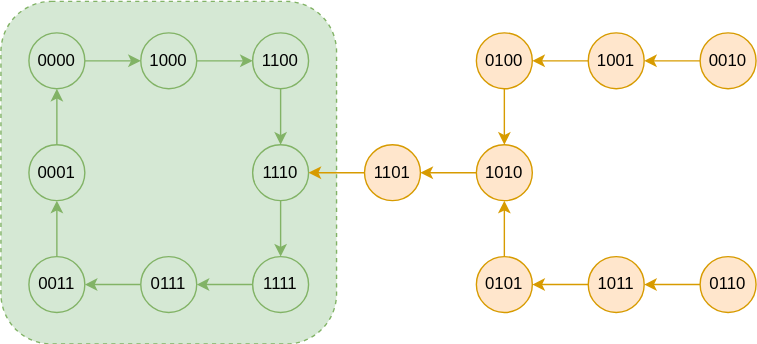
This is my-project/docs/assets/images/DLD/Johnson_state_diagram.svg from Gerard-Devlin/TechMind, a draw.io export, as it was before one commit. Source tidied: cells renumbered, new cells last; positions are measured from the earlier drawing's top-left corner, leaving out a move shared by most shapes.
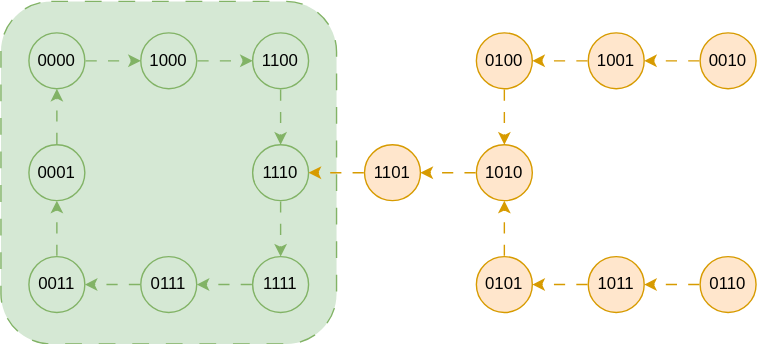
After the commit.

Commit message:
add animation for DLD state diagram

The edit, as a diff of the source:
```diff
@@ -2,100 +2,100 @@
   <root>
     <mxCell id="0" />
     <mxCell id="1" parent="0" />
-    <mxCell id="2" style="rounded=1;whiteSpace=wrap;html=1;fillColor=#d5e8d4;strokeColor=#82b366;dashed=1;" parent="1" vertex="1">
+    <mxCell id="2" style="rounded=1;whiteSpace=wrap;html=1;fillColor=#d5e8d4;strokeColor=#82b366;dashed=1;dashPattern=12 12;" parent="1" vertex="1">
       <mxGeometry y="-0.5" width="240" height="245" as="geometry" />
     </mxCell>
-    <mxCell id="3" style="edgeStyle=orthogonalEdgeStyle;rounded=0;jettySize=auto;html=1;exitX=1;exitY=0.5;exitDx=0;exitDy=0;entryX=0;entryY=0.5;entryDx=0;entryDy=0;fillColor=#d5e8d4;strokeColor=#82b366;" parent="1" edge="1" source="4" target="6">
+    <mxCell id="3" style="edgeStyle=orthogonalEdgeStyle;rounded=0;jettySize=auto;html=1;exitX=1;exitY=0.5;exitDx=0;exitDy=0;entryX=0;entryY=0.5;entryDx=0;entryDy=0;fillColor=#d5e8d4;strokeColor=#82b366;flowAnimation=1;" parent="1" edge="1" source="4" target="6">
       <mxGeometry relative="1" as="geometry" />
     </mxCell>
     <mxCell id="4" value="0000" style="ellipse;whiteSpace=wrap;html=1;fillColor=#d5e8d4;strokeColor=#82b366;" parent="1" vertex="1">
       <mxGeometry x="20" y="22" width="40" height="40" as="geometry" />
     </mxCell>
-    <mxCell id="5" style="edgeStyle=orthogonalEdgeStyle;rounded=0;jettySize=auto;html=1;exitX=1;exitY=0.5;exitDx=0;exitDy=0;entryX=0;entryY=0.5;entryDx=0;entryDy=0;fillColor=#d5e8d4;strokeColor=#82b366;" parent="1" edge="1" source="6" target="8">
+    <mxCell id="5" style="edgeStyle=orthogonalEdgeStyle;rounded=0;jettySize=auto;html=1;exitX=1;exitY=0.5;exitDx=0;exitDy=0;entryX=0;entryY=0.5;entryDx=0;entryDy=0;fillColor=#d5e8d4;strokeColor=#82b366;flowAnimation=1;" parent="1" edge="1" source="6" target="8">
       <mxGeometry relative="1" as="geometry" />
     </mxCell>
     <mxCell id="6" value="1000" style="ellipse;whiteSpace=wrap;html=1;fillColor=#d5e8d4;strokeColor=#82b366;" parent="1" vertex="1">
       <mxGeometry x="100" y="22" width="40" height="40" as="geometry" />
     </mxCell>
-    <mxCell id="7" style="edgeStyle=orthogonalEdgeStyle;rounded=0;jettySize=auto;html=1;exitX=0.5;exitY=1;exitDx=0;exitDy=0;entryX=0.5;entryY=0;entryDx=0;entryDy=0;fillColor=#d5e8d4;strokeColor=#82b366;" parent="1" edge="1" source="8" target="10">
+    <mxCell id="7" style="edgeStyle=orthogonalEdgeStyle;rounded=0;jettySize=auto;html=1;exitX=0.5;exitY=1;exitDx=0;exitDy=0;entryX=0.5;entryY=0;entryDx=0;entryDy=0;fillColor=#d5e8d4;strokeColor=#82b366;flowAnimation=1;" parent="1" edge="1" source="8" target="10">
       <mxGeometry relative="1" as="geometry" />
     </mxCell>
     <mxCell id="8" value="1100" style="ellipse;whiteSpace=wrap;html=1;fillColor=#d5e8d4;strokeColor=#82b366;" parent="1" vertex="1">
       <mxGeometry x="180" y="22" width="40" height="40" as="geometry" />
     </mxCell>
-    <mxCell id="9" style="edgeStyle=orthogonalEdgeStyle;rounded=0;jettySize=auto;html=1;exitX=0.5;exitY=1;exitDx=0;exitDy=0;entryX=0.5;entryY=0;entryDx=0;entryDy=0;fillColor=#d5e8d4;strokeColor=#82b366;" parent="1" edge="1" source="10" target="12">
+    <mxCell id="9" style="edgeStyle=orthogonalEdgeStyle;rounded=0;jettySize=auto;html=1;exitX=0.5;exitY=1;exitDx=0;exitDy=0;entryX=0.5;entryY=0;entryDx=0;entryDy=0;fillColor=#d5e8d4;strokeColor=#82b366;flowAnimation=1;" parent="1" edge="1" source="10" target="12">
       <mxGeometry relative="1" as="geometry" />
     </mxCell>
     <mxCell id="10" value="1110" style="ellipse;whiteSpace=wrap;html=1;fillColor=#d5e8d4;strokeColor=#82b366;" parent="1" vertex="1">
       <mxGeometry x="180" y="102" width="40" height="40" as="geometry" />
     </mxCell>
-    <mxCell id="11" style="edgeStyle=orthogonalEdgeStyle;rounded=0;jettySize=auto;html=1;exitX=0;exitY=0.5;exitDx=0;exitDy=0;entryX=1;entryY=0.5;entryDx=0;entryDy=0;fillColor=#d5e8d4;strokeColor=#82b366;" parent="1" edge="1" source="12" target="14">
+    <mxCell id="11" style="edgeStyle=orthogonalEdgeStyle;rounded=0;jettySize=auto;html=1;exitX=0;exitY=0.5;exitDx=0;exitDy=0;entryX=1;entryY=0.5;entryDx=0;entryDy=0;fillColor=#d5e8d4;strokeColor=#82b366;flowAnimation=1;" parent="1" edge="1" source="12" target="14">
       <mxGeometry relative="1" as="geometry" />
     </mxCell>
     <mxCell id="12" value="1111" style="ellipse;whiteSpace=wrap;html=1;fillColor=#d5e8d4;strokeColor=#82b366;" parent="1" vertex="1">
       <mxGeometry x="180" y="182" width="40" height="40" as="geometry" />
     </mxCell>
-    <mxCell id="13" style="edgeStyle=orthogonalEdgeStyle;rounded=0;jettySize=auto;html=1;exitX=0;exitY=0.5;exitDx=0;exitDy=0;entryX=1;entryY=0.5;entryDx=0;entryDy=0;fillColor=#d5e8d4;strokeColor=#82b366;" parent="1" edge="1" source="14" target="16">
+    <mxCell id="13" style="edgeStyle=orthogonalEdgeStyle;rounded=0;jettySize=auto;html=1;exitX=0;exitY=0.5;exitDx=0;exitDy=0;entryX=1;entryY=0.5;entryDx=0;entryDy=0;fillColor=#d5e8d4;strokeColor=#82b366;flowAnimation=1;" parent="1" edge="1" source="14" target="16">
       <mxGeometry relative="1" as="geometry" />
     </mxCell>
     <mxCell id="14" value="0111" style="ellipse;whiteSpace=wrap;html=1;fillColor=#d5e8d4;strokeColor=#82b366;" parent="1" vertex="1">
       <mxGeometry x="100" y="182" width="40" height="40" as="geometry" />
     </mxCell>
-    <mxCell id="15" style="edgeStyle=orthogonalEdgeStyle;rounded=0;jettySize=auto;html=1;exitX=0.5;exitY=0;exitDx=0;exitDy=0;entryX=0.5;entryY=1;entryDx=0;entryDy=0;fillColor=#d5e8d4;strokeColor=#82b366;" parent="1" edge="1" source="16" target="18">
+    <mxCell id="15" style="edgeStyle=orthogonalEdgeStyle;rounded=0;jettySize=auto;html=1;exitX=0.5;exitY=0;exitDx=0;exitDy=0;entryX=0.5;entryY=1;entryDx=0;entryDy=0;fillColor=#d5e8d4;strokeColor=#82b366;flowAnimation=1;" parent="1" edge="1" source="16" target="18">
       <mxGeometry relative="1" as="geometry" />
     </mxCell>
     <mxCell id="16" value="0011" style="ellipse;whiteSpace=wrap;html=1;fillColor=#d5e8d4;strokeColor=#82b366;" parent="1" vertex="1">
       <mxGeometry x="20" y="182" width="40" height="40" as="geometry" />
     </mxCell>
-    <mxCell id="17" style="edgeStyle=orthogonalEdgeStyle;rounded=0;jettySize=auto;html=1;exitX=0.5;exitY=0;exitDx=0;exitDy=0;entryX=0.5;entryY=1;entryDx=0;entryDy=0;fillColor=#d5e8d4;strokeColor=#82b366;" parent="1" edge="1" source="18" target="4">
+    <mxCell id="17" style="edgeStyle=orthogonalEdgeStyle;rounded=0;jettySize=auto;html=1;exitX=0.5;exitY=0;exitDx=0;exitDy=0;entryX=0.5;entryY=1;entryDx=0;entryDy=0;fillColor=#d5e8d4;strokeColor=#82b366;flowAnimation=1;" parent="1" edge="1" source="18" target="4">
       <mxGeometry relative="1" as="geometry" />
     </mxCell>
     <mxCell id="18" value="0001" style="ellipse;whiteSpace=wrap;html=1;fillColor=#d5e8d4;strokeColor=#82b366;" parent="1" vertex="1">
       <mxGeometry x="20" y="102" width="40" height="40" as="geometry" />
     </mxCell>
-    <mxCell id="19" style="edgeStyle=orthogonalEdgeStyle;rounded=0;jettySize=auto;html=1;exitX=0;exitY=0.5;exitDx=0;exitDy=0;entryX=1;entryY=0.5;entryDx=0;entryDy=0;fillColor=#ffe6cc;strokeColor=#d79b00;" parent="1" edge="1" source="20" target="22">
+    <mxCell id="19" style="edgeStyle=orthogonalEdgeStyle;rounded=0;jettySize=auto;html=1;exitX=0;exitY=0.5;exitDx=0;exitDy=0;entryX=1;entryY=0.5;entryDx=0;entryDy=0;fillColor=#ffe6cc;strokeColor=#d79b00;flowAnimation=1;" parent="1" edge="1" source="20" target="22">
       <mxGeometry relative="1" as="geometry" />
     </mxCell>
     <mxCell id="20" value="1010" style="ellipse;whiteSpace=wrap;html=1;fillColor=#ffe6cc;strokeColor=#d79b00;" parent="1" vertex="1">
       <mxGeometry x="340" y="102" width="40" height="40" as="geometry" />
     </mxCell>
-    <mxCell id="21" style="edgeStyle=orthogonalEdgeStyle;rounded=0;jettySize=auto;html=1;exitX=0;exitY=0.5;exitDx=0;exitDy=0;entryX=1;entryY=0.5;entryDx=0;entryDy=0;fillColor=#ffe6cc;strokeColor=#d79b00;" parent="1" edge="1" source="22" target="10">
+    <mxCell id="21" style="edgeStyle=orthogonalEdgeStyle;rounded=0;jettySize=auto;html=1;exitX=0;exitY=0.5;exitDx=0;exitDy=0;entryX=1;entryY=0.5;entryDx=0;entryDy=0;fillColor=#ffe6cc;strokeColor=#d79b00;flowAnimation=1;" parent="1" edge="1" source="22" target="10">
       <mxGeometry relative="1" as="geometry" />
     </mxCell>
     <mxCell id="22" value="1101" style="ellipse;whiteSpace=wrap;html=1;fillColor=#ffe6cc;strokeColor=#d79b00;" parent="1" vertex="1">
       <mxGeometry x="260" y="102" width="40" height="40" as="geometry" />
     </mxCell>
-    <mxCell id="23" style="edgeStyle=orthogonalEdgeStyle;rounded=0;jettySize=auto;html=1;exitX=0;exitY=0.5;exitDx=0;exitDy=0;entryX=1;entryY=0.5;entryDx=0;entryDy=0;fillColor=#ffe6cc;strokeColor=#d79b00;" parent="1" edge="1" source="24" target="26">
+    <mxCell id="23" style="edgeStyle=orthogonalEdgeStyle;rounded=0;jettySize=auto;html=1;exitX=0;exitY=0.5;exitDx=0;exitDy=0;entryX=1;entryY=0.5;entryDx=0;entryDy=0;fillColor=#ffe6cc;strokeColor=#d79b00;flowAnimation=1;" parent="1" edge="1" source="24" target="26">
       <mxGeometry relative="1" as="geometry" />
     </mxCell>
     <mxCell id="24" value="0110" style="ellipse;whiteSpace=wrap;html=1;fillColor=#ffe6cc;strokeColor=#d79b00;" parent="1" vertex="1">
       <mxGeometry x="500" y="182" width="40" height="40" as="geometry" />
     </mxCell>
-    <mxCell id="25" style="edgeStyle=orthogonalEdgeStyle;rounded=0;jettySize=auto;html=1;exitX=0;exitY=0.5;exitDx=0;exitDy=0;entryX=1;entryY=0.5;entryDx=0;entryDy=0;fillColor=#ffe6cc;strokeColor=#d79b00;" parent="1" edge="1" source="26" target="28">
+    <mxCell id="25" style="edgeStyle=orthogonalEdgeStyle;rounded=0;jettySize=auto;html=1;exitX=0;exitY=0.5;exitDx=0;exitDy=0;entryX=1;entryY=0.5;entryDx=0;entryDy=0;fillColor=#ffe6cc;strokeColor=#d79b00;flowAnimation=1;" parent="1" edge="1" source="26" target="28">
       <mxGeometry relative="1" as="geometry" />
     </mxCell>
     <mxCell id="26" value="1011" style="ellipse;whiteSpace=wrap;html=1;fillColor=#ffe6cc;strokeColor=#d79b00;" parent="1" vertex="1">
       <mxGeometry x="420" y="182" width="40" height="40" as="geometry" />
     </mxCell>
-    <mxCell id="27" style="edgeStyle=orthogonalEdgeStyle;rounded=0;jettySize=auto;html=1;exitX=0.5;exitY=0;exitDx=0;exitDy=0;entryX=0.5;entryY=1;entryDx=0;entryDy=0;fillColor=#ffe6cc;strokeColor=#d79b00;" parent="1" edge="1" source="28" target="20">
+    <mxCell id="27" style="edgeStyle=orthogonalEdgeStyle;rounded=0;jettySize=auto;html=1;exitX=0.5;exitY=0;exitDx=0;exitDy=0;entryX=0.5;entryY=1;entryDx=0;entryDy=0;fillColor=#ffe6cc;strokeColor=#d79b00;flowAnimation=1;" parent="1" edge="1" source="28" target="20">
       <mxGeometry relative="1" as="geometry" />
     </mxCell>
     <mxCell id="28" value="0101" style="ellipse;whiteSpace=wrap;html=1;fillColor=#ffe6cc;strokeColor=#d79b00;" parent="1" vertex="1">
       <mxGeometry x="340" y="182" width="40" height="40" as="geometry" />
     </mxCell>
-    <mxCell id="29" style="edgeStyle=orthogonalEdgeStyle;rounded=0;jettySize=auto;html=1;exitX=0;exitY=0.5;exitDx=0;exitDy=0;entryX=1;entryY=0.5;entryDx=0;entryDy=0;fillColor=#ffe6cc;strokeColor=#d79b00;" parent="1" edge="1" source="30" target="32">
+    <mxCell id="29" style="edgeStyle=orthogonalEdgeStyle;rounded=0;jettySize=auto;html=1;exitX=0;exitY=0.5;exitDx=0;exitDy=0;entryX=1;entryY=0.5;entryDx=0;entryDy=0;fillColor=#ffe6cc;strokeColor=#d79b00;flowAnimation=1;" parent="1" edge="1" source="30" target="32">
       <mxGeometry relative="1" as="geometry" />
     </mxCell>
     <mxCell id="30" value="0010" style="ellipse;whiteSpace=wrap;html=1;fillColor=#ffe6cc;strokeColor=#d79b00;" parent="1" vertex="1">
       <mxGeometry x="500" y="22" width="40" height="40" as="geometry" />
     </mxCell>
-    <mxCell id="31" style="edgeStyle=orthogonalEdgeStyle;rounded=0;jettySize=auto;html=1;exitX=0;exitY=0.5;exitDx=0;exitDy=0;entryX=1;entryY=0.5;entryDx=0;entryDy=0;fillColor=#ffe6cc;strokeColor=#d79b00;" parent="1" edge="1" source="32" target="34">
+    <mxCell id="31" style="edgeStyle=orthogonalEdgeStyle;rounded=0;jettySize=auto;html=1;exitX=0;exitY=0.5;exitDx=0;exitDy=0;entryX=1;entryY=0.5;entryDx=0;entryDy=0;fillColor=#ffe6cc;strokeColor=#d79b00;flowAnimation=1;" parent="1" edge="1" source="32" target="34">
       <mxGeometry relative="1" as="geometry" />
     </mxCell>
     <mxCell id="32" value="1001" style="ellipse;whiteSpace=wrap;html=1;fillColor=#ffe6cc;strokeColor=#d79b00;" parent="1" vertex="1">
       <mxGeometry x="420" y="22" width="40" height="40" as="geometry" />
     </mxCell>
-    <mxCell id="33" style="edgeStyle=orthogonalEdgeStyle;rounded=0;jettySize=auto;html=1;exitX=0.5;exitY=1;exitDx=0;exitDy=0;entryX=0.5;entryY=0;entryDx=0;entryDy=0;fillColor=#ffe6cc;strokeColor=#d79b00;" parent="1" edge="1" source="34" target="20">
+    <mxCell id="33" style="edgeStyle=orthogonalEdgeStyle;rounded=0;jettySize=auto;html=1;exitX=0.5;exitY=1;exitDx=0;exitDy=0;entryX=0.5;entryY=0;entryDx=0;entryDy=0;fillColor=#ffe6cc;strokeColor=#d79b00;flowAnimation=1;" parent="1" edge="1" source="34" target="20">
       <mxGeometry relative="1" as="geometry" />
     </mxCell>
     <mxCell id="34" value="0100" style="ellipse;whiteSpace=wrap;html=1;fillColor=#ffe6cc;strokeColor=#d79b00;" parent="1" vertex="1">
```
